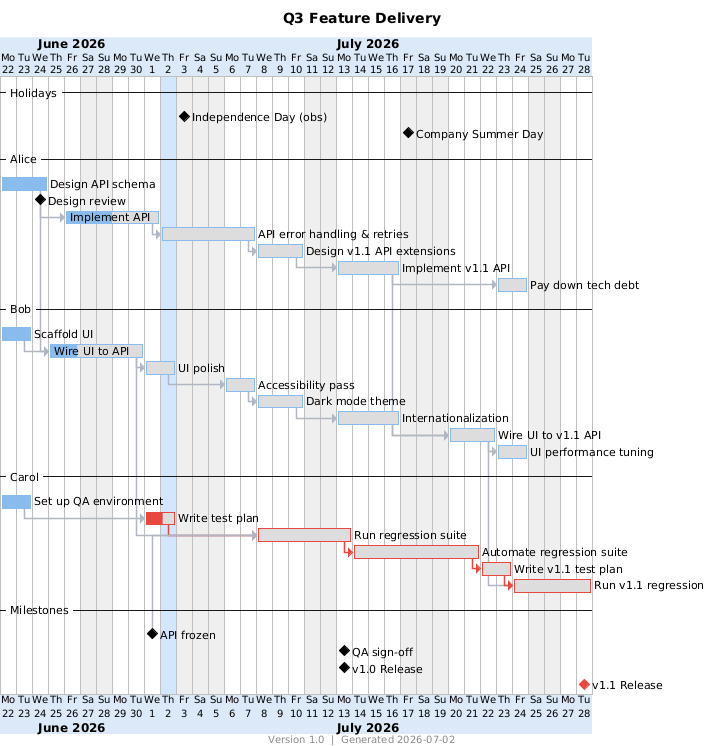
This is docs/example-advanced.png from meet-brad-ch/ganttuml, a PlantUML export, as it was before one commit.
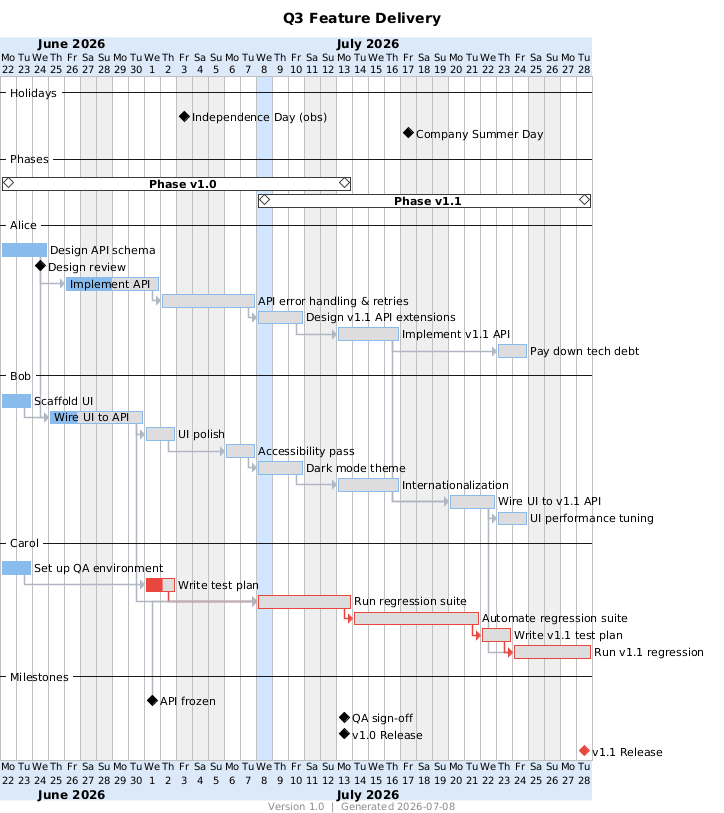
Later version of the same file.

Diff of the diagram source:
```diff
@@ -13,7 +13,7 @@
 }
 </style>
 title Q3 Feature Delivery
-footer Version 1.0  |  Generated 2026-07-02
+footer Version 1.0  |  Generated 2026-07-08
 Project starts 2026-06-22
 hide resources footbox
 hide resources names
@@ -30,7 +30,7 @@
 2026-07-19 is colored in #EFEFEF
 2026-07-25 is colored in #EFEFEF
 2026-07-26 is colored in #EFEFEF
-2026-07-02 is colored in #4F9BFF40
+2026-07-08 is colored in #4F9BFF40
 
 {Alice} is off on 2026-06-25
 {Alice} is off on 2026-06-27
@@ -80,6 +80,24 @@
 -- Holidays --
 [Independence Day (obs)] happens 2026-07-03
 [Company Summer Day] happens 2026-07-17
+
+-- Phases --
+[             **Phase v1.0**] as [__group_0] starts 2026-06-22 and ends 2026-07-13
+[__group_0] is colored in #FFFFFF/#3B3B3B
+[ ] as [__group_0s] happens 2026-06-22
+[__group_0s] displays on same row as [__group_0]
+[__group_0s] is colored in #FFFFFF/#3B3B3B
+[ ] as [__group_0e] happens 2026-07-13
+[__group_0e] displays on same row as [__group_0]
+[__group_0e] is colored in #FFFFFF/#3B3B3B
+[            **Phase v1.1**] as [__group_1] starts 2026-07-08 and ends 2026-07-28
+[__group_1] is colored in #FFFFFF/#3B3B3B
+[ ] as [__group_1s] happens 2026-07-08
+[__group_1s] displays on same row as [__group_1]
+[__group_1s] is colored in #FFFFFF/#3B3B3B
+[ ] as [__group_1e] happens 2026-07-28
+[__group_1e] displays on same row as [__group_1]
+[__group_1e] is colored in #FFFFFF/#3B3B3B
 
 -- Alice --
 [Design API schema] as [api_schema] on {Alice} requires 3 days
```
